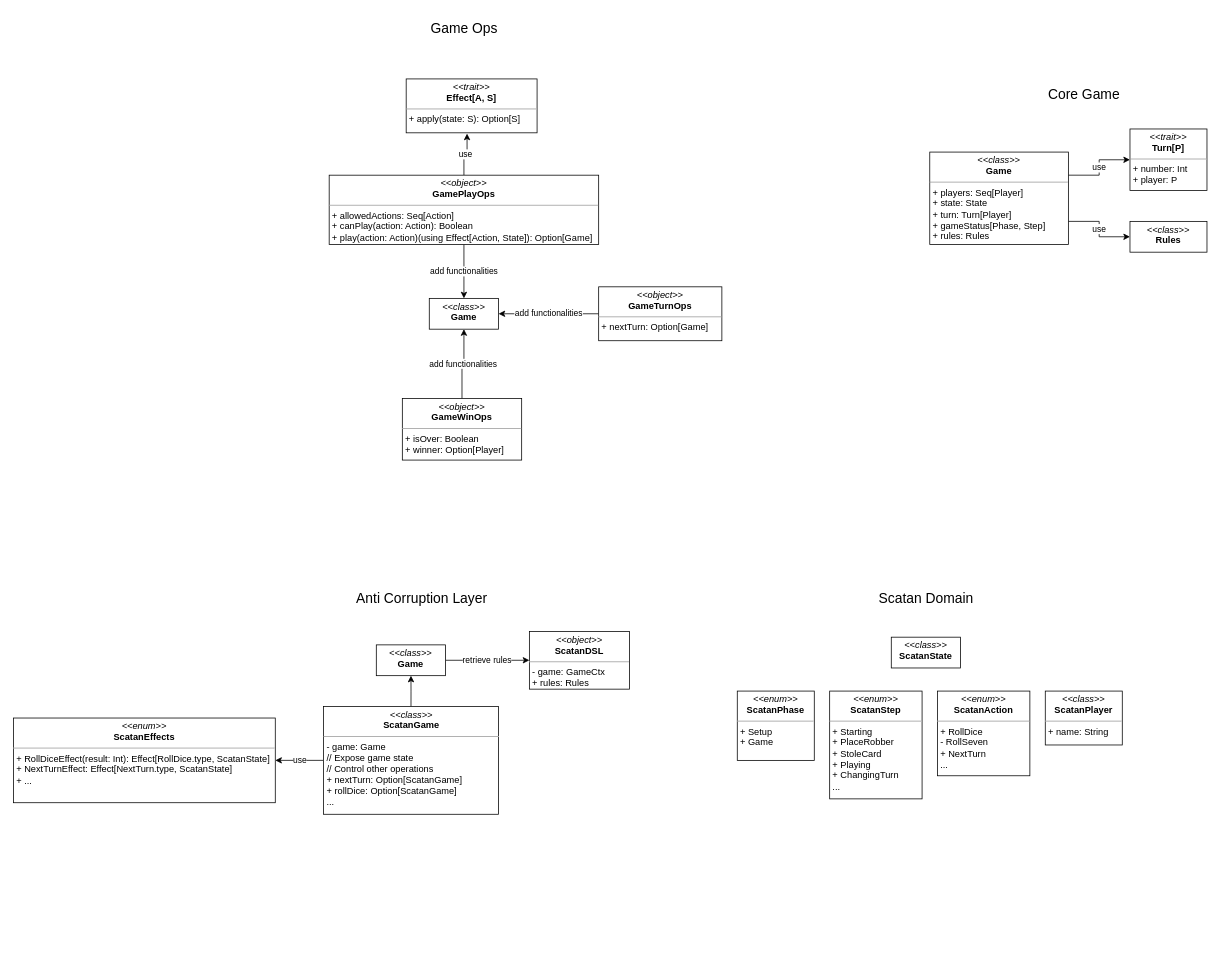
Earlier version of the draw.io diagram page "Game" (9 of 9) of scatan.drawio (zucchero-sintattico/pps-22-scatan). Source tidied: cells renumbered, new cells numbered last; positions are measured from the earlier drawing's top-left corner, leaving out a move shared by most shapes. Both pictures are drawn from the tidied source at 77%, with x=0, y=0 at pixel (13, 13).
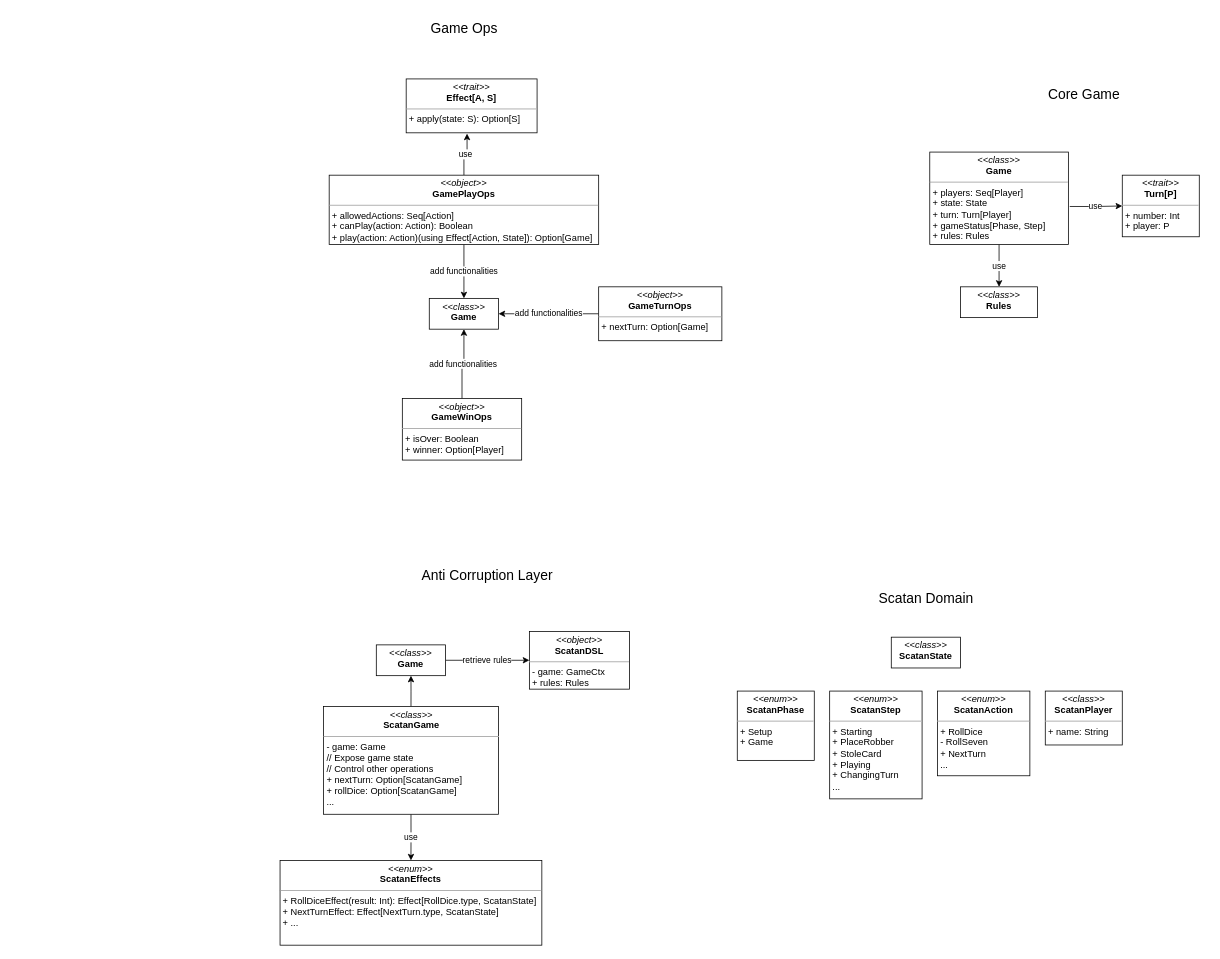
The same diagram, later.

Unchanged cells that the change refers to:
```xml
<mxCell id="4" value="&lt;p style=&quot;margin:0px;margin-top:4px;text-align:center;&quot;&gt;&lt;i&gt;&amp;lt;&amp;lt;class&amp;gt;&amp;gt;&lt;/i&gt;&lt;br&gt;&lt;b&gt;Game&lt;/b&gt;&lt;/p&gt;&lt;hr size=&quot;1&quot;&gt;&lt;p style=&quot;margin:0px;margin-left:4px;&quot;&gt;+ players: Seq[Player]&lt;/p&gt;&lt;p style=&quot;margin:0px;margin-left:4px;&quot;&gt;+ state: State&lt;/p&gt;&lt;p style=&quot;margin:0px;margin-left:4px;&quot;&gt;+ turn: Turn[Player]&lt;/p&gt;&lt;p style=&quot;margin:0px;margin-left:4px;&quot;&gt;+ gameStatus[Phase, Step]&lt;/p&gt;&lt;p style=&quot;margin:0px;margin-left:4px;&quot;&gt;+ rules: Rules&lt;/p&gt;&lt;p style=&quot;margin:0px;margin-left:4px;&quot;&gt;&lt;br&gt;&lt;/p&gt;&lt;p style=&quot;margin:0px;margin-left:4px;&quot;&gt;&lt;br&gt;&lt;/p&gt;" style="verticalAlign=top;align=left;overflow=fill;fontSize=12;fontFamily=Helvetica;html=1;whiteSpace=wrap;" parent="1" vertex="1">
  <mxGeometry x="1190" y="180" width="180" height="120" as="geometry" />
</mxCell>
<mxCell id="21" value="&lt;p style=&quot;margin:0px;margin-top:4px;text-align:center;&quot;&gt;&lt;i&gt;&amp;lt;&amp;lt;class&amp;gt;&amp;gt;&lt;/i&gt;&lt;br&gt;&lt;b&gt;ScatanGame&lt;/b&gt;&lt;/p&gt;&lt;hr size=&quot;1&quot;&gt;&lt;p style=&quot;margin:0px;margin-left:4px;&quot;&gt;- game: Game&lt;/p&gt;&lt;p style=&quot;margin:0px;margin-left:4px;&quot;&gt;// Expose game state&lt;/p&gt;&lt;p style=&quot;margin:0px;margin-left:4px;&quot;&gt;// Control other operations&lt;/p&gt;&lt;p style=&quot;margin:0px;margin-left:4px;&quot;&gt;+ nextTurn: Option[ScatanGame]&lt;/p&gt;&lt;p style=&quot;margin:0px;margin-left:4px;&quot;&gt;+ rollDice: Option[ScatanGame]&lt;/p&gt;&lt;p style=&quot;margin:0px;margin-left:4px;&quot;&gt;...&lt;/p&gt;&lt;p style=&quot;margin:0px;margin-left:4px;&quot;&gt;&lt;br&gt;&lt;/p&gt;&lt;p style=&quot;margin:0px;margin-left:4px;&quot;&gt;&lt;br&gt;&lt;/p&gt;&lt;p style=&quot;margin:0px;margin-left:4px;&quot;&gt;&lt;br&gt;&lt;/p&gt;" style="verticalAlign=top;align=left;overflow=fill;fontSize=12;fontFamily=Helvetica;html=1;whiteSpace=wrap;" parent="1" vertex="1">
  <mxGeometry x="402.5" y="900" width="227.5" height="140" as="geometry" />
</mxCell>
```

What changed in the source:
```diff
@@
-    <mxCell id="2" value="use" style="edgeStyle=orthogonalEdgeStyle;rounded=0;jettySize=auto;html=1;exitX=1;exitY=0.75;exitDx=0;exitDy=0;entryX=0;entryY=0.5;entryDx=0;entryDy=0;" parent="1" edge="1" source="4" target="5">
+    <mxCell id="2" value="use" style="edgeStyle=orthogonalEdgeStyle;rounded=0;jettySize=auto;html=1;exitX=0.5;exitY=1;exitDx=0;exitDy=0;entryX=0.5;entryY=0;entryDx=0;entryDy=0;" parent="1" edge="1" source="4" target="5">
       <mxGeometry relative="1" as="geometry" />
     </mxCell>
-    <mxCell id="3" value="use" style="edgeStyle=orthogonalEdgeStyle;rounded=0;jettySize=auto;html=1;exitX=1;exitY=0.25;exitDx=0;exitDy=0;entryX=0;entryY=0.5;entryDx=0;entryDy=0;" parent="1" edge="1" source="4" target="6">
+    <mxCell id="3" value="use" style="edgeStyle=orthogonalEdgeStyle;rounded=0;jettySize=auto;html=1;exitX=1.01;exitY=0.589;exitDx=0;exitDy=0;entryX=0;entryY=0.5;entryDx=0;entryDy=0;exitPerimeter=0;" parent="1" edge="1" source="4" target="6">
       <mxGeometry relative="1" as="geometry" />
     </mxCell>
@@
     <mxCell id="5" value="&lt;p style=&quot;margin:0px;margin-top:4px;text-align:center;&quot;&gt;&lt;i&gt;&amp;lt;&amp;lt;class&amp;gt;&amp;gt;&lt;/i&gt;&lt;br&gt;&lt;b&gt;Rules&lt;/b&gt;&lt;/p&gt;&lt;p style=&quot;margin:0px;margin-left:4px;&quot;&gt;&lt;br&gt;&lt;/p&gt;&lt;p style=&quot;margin:0px;margin-left:4px;&quot;&gt;&lt;br&gt;&lt;/p&gt;" style="verticalAlign=top;align=left;overflow=fill;fontSize=12;fontFamily=Helvetica;html=1;whiteSpace=wrap;" parent="1" vertex="1">
-      <mxGeometry x="1450" y="270" width="100" height="40" as="geometry" />
+      <mxGeometry x="1230" y="355" width="100" height="40" as="geometry" />
     </mxCell>
     <mxCell id="6" value="&lt;p style=&quot;margin:0px;margin-top:4px;text-align:center;&quot;&gt;&lt;i&gt;&amp;lt;&amp;lt;trait&amp;gt;&amp;gt;&lt;/i&gt;&lt;br&gt;&lt;b&gt;Turn[P]&lt;/b&gt;&lt;/p&gt;&lt;hr size=&quot;1&quot;&gt;&lt;p style=&quot;margin:0px;margin-left:4px;&quot;&gt;+ number: Int&lt;/p&gt;&lt;p style=&quot;margin:0px;margin-left:4px;&quot;&gt;+ player: P&lt;/p&gt;" style="verticalAlign=top;align=left;overflow=fill;fontSize=12;fontFamily=Helvetica;html=1;whiteSpace=wrap;" parent="1" vertex="1">
-      <mxGeometry x="1450" y="150" width="100" height="80" as="geometry" />
+      <mxGeometry x="1440" y="210" width="100" height="80" as="geometry" />
     </mxCell>
@@
-    <mxCell id="18" value="use" style="edgeStyle=orthogonalEdgeStyle;rounded=0;jettySize=auto;html=1;exitX=0;exitY=0.5;exitDx=0;exitDy=0;entryX=1;entryY=0.5;entryDx=0;entryDy=0;" parent="1" edge="1" source="21" target="28">
-      <mxGeometry relative="1" as="geometry" />
-    </mxCell>
@@
+    <mxCell id="18" value="use" style="edgeStyle=orthogonalEdgeStyle;rounded=0;jettySize=auto;html=1;exitX=0.5;exitY=1;exitDx=0;exitDy=0;entryX=0.5;entryY=0;entryDx=0;entryDy=0;" parent="1" edge="1" source="21" target="28">
+      <mxGeometry relative="1" as="geometry" />
+    </mxCell>
@@
     <mxCell id="22" value="Anti Corruption Layer" style="text;html=1;align=center;verticalAlign=middle;strokeColor=none;fillColor=none;fontSize=18;" parent="1" vertex="1">
-      <mxGeometry x="435" y="740" width="190" height="40" as="geometry" />
+      <mxGeometry x="520" y="710" width="190" height="40" as="geometry" />
     </mxCell>
@@
     <mxCell id="28" value="&lt;p style=&quot;margin:0px;margin-top:4px;text-align:center;&quot;&gt;&lt;i&gt;&amp;lt;&amp;lt;enum&amp;gt;&amp;gt;&lt;/i&gt;&lt;br&gt;&lt;b&gt;ScatanEffects&lt;/b&gt;&lt;/p&gt;&lt;hr size=&quot;1&quot;&gt;&lt;p style=&quot;margin:0px;margin-left:4px;&quot;&gt;+ RollDiceEffect(result: Int): Effect[RollDice.type, ScatanState]&lt;/p&gt;&lt;p style=&quot;margin:0px;margin-left:4px;&quot;&gt;+ NextTurnEffect: Effect[NextTurn.type, ScatanState]&lt;/p&gt;&lt;p style=&quot;margin:0px;margin-left:4px;&quot;&gt;+ ...&lt;/p&gt;&lt;p style=&quot;margin:0px;margin-left:4px;&quot;&gt;&lt;br&gt;&lt;/p&gt;" style="verticalAlign=top;align=left;overflow=fill;fontSize=12;fontFamily=Helvetica;html=1;whiteSpace=wrap;" parent="1" vertex="1">
-      <mxGeometry y="915" width="340" height="110" as="geometry" />
+      <mxGeometry x="346.2" y="1100" width="340" height="110" as="geometry" />
     </mxCell>
```
